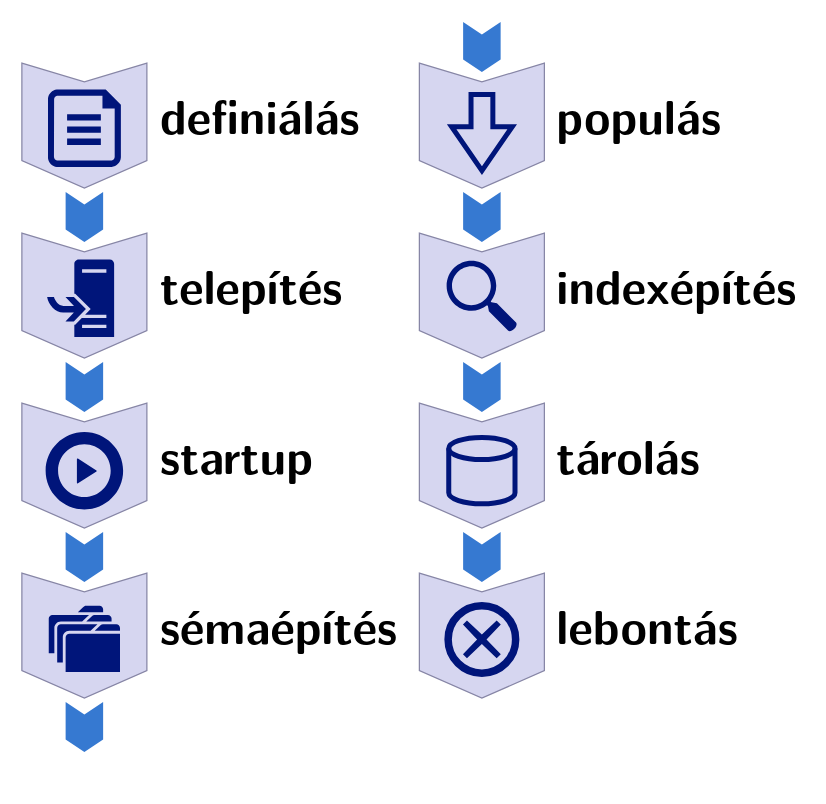
Earlier version of the draw.io diagram prez-2025-otdk/src/diagram/database-tasks-compressed.drawio (davidsusu/holodb-tdk). Source tidied: cells renumbered, new cells numbered last; positions are measured from the earlier drawing's top-left corner, leaving out a move shared by most shapes. Both pictures are drawn from the tidied source at 125%, with x=0, y=0 at pixel (21, 21).
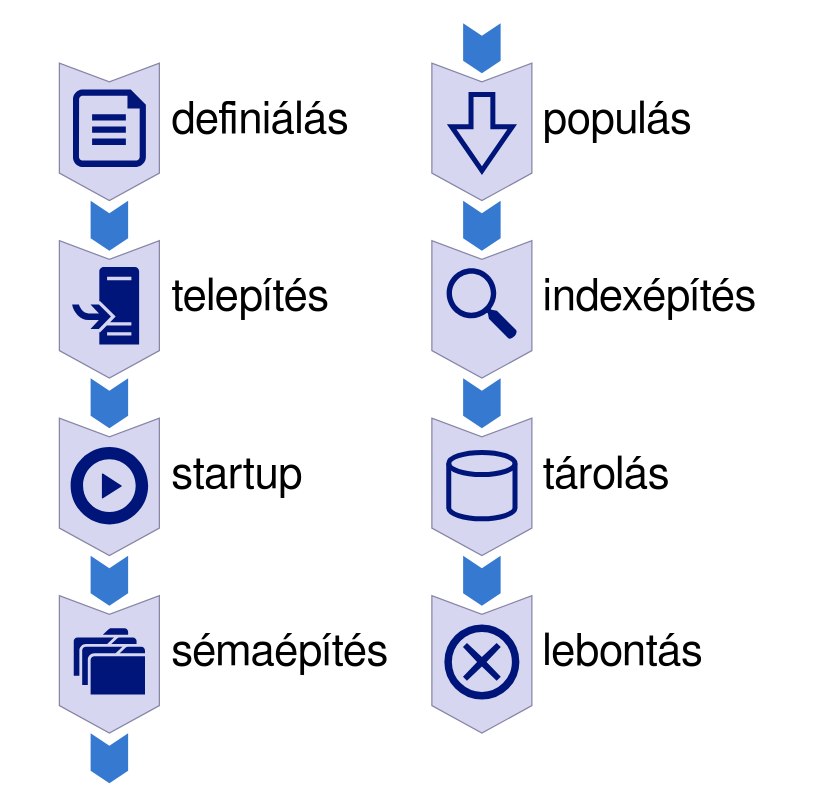
Above is the later version.

Commit message (it also covers changes not shown here):
Updated: 2 files changed, 75 insertions(+), 69 deletions(-)

M  prez-2025-otdk/src/diagram/.$database-tasks-compressed.drawio.bkp
M  prez-2025-otdk/src/diagram/database-tasks-compressed.drawio

Change to the diagram source:
```diff
@@
     <mxCell id="2" style="html=1;shadow=0;dashed=0;align=center;verticalAlign=middle;shape=mxgraph.arrows2.arrow;dy=0;dx=22;notch=15;direction=south;fillColor=#D6D6F0;strokeColor=#8786A6;" parent="1" vertex="1">
-      <mxGeometry y="33" width="100" height="100" as="geometry" />
+      <mxGeometry x="30" y="33" width="80" height="110" as="geometry" />
     </mxCell>
-    <mxCell id="3" value="definiálás" style="text;strokeColor=none;fillColor=none;html=1;fontSize=38;fontStyle=1;verticalAlign=middle;align=left;fontFamily=Latin Modern Sans;horizontal=1;" parent="1" vertex="1">
-      <mxGeometry x="109" y="41" width="200" height="65" as="geometry" />
+    <mxCell id="3" value="definiálás" style="text;strokeColor=none;fillColor=none;html=1;fontSize=35;fontStyle=0;verticalAlign=middle;align=left;fontFamily=FreeSans;horizontal=1;" parent="1" vertex="1">
+      <mxGeometry x="118" y="45" width="180" height="65" as="geometry" />
     </mxCell>
     <mxCell id="4" style="html=1;shadow=0;dashed=0;align=center;verticalAlign=middle;shape=mxgraph.arrows2.arrow;dy=0;dx=22;notch=15;direction=south;fillColor=#D6D6F0;strokeColor=#8786A6;" parent="1" vertex="1">
-      <mxGeometry y="169" width="100" height="100" as="geometry" />
+      <mxGeometry x="30" y="175" width="80" height="110" as="geometry" />
     </mxCell>
     <mxCell id="5" style="html=1;shadow=0;dashed=0;align=center;verticalAlign=middle;shape=mxgraph.arrows2.arrow;dy=0;dx=10;notch=10;direction=south;labelBackgroundColor=none;strokeColor=none;fillColor=#3679D1;" parent="1" vertex="1">
-      <mxGeometry x="35" y="136" width="30" height="40" as="geometry" />
+      <mxGeometry x="55" y="143" width="30" height="40" as="geometry" />
     </mxCell>
-    <mxCell id="6" value="telepítés" style="text;strokeColor=none;fillColor=none;html=1;fontSize=38;fontStyle=1;verticalAlign=middle;align=left;fontFamily=Latin Modern Sans;horizontal=1;" parent="1" vertex="1">
-      <mxGeometry x="109" y="177" width="200" height="65" as="geometry" />
+    <mxCell id="6" value="telepítés" style="text;strokeColor=none;fillColor=none;html=1;fontSize=35;fontStyle=0;verticalAlign=middle;align=left;fontFamily=FreeSans;horizontal=1;" parent="1" vertex="1">
+      <mxGeometry x="118" y="187" width="180" height="65" as="geometry" />
     </mxCell>
     <mxCell id="7" style="html=1;shadow=0;dashed=0;align=center;verticalAlign=middle;shape=mxgraph.arrows2.arrow;dy=0;dx=22;notch=15;direction=south;fillColor=#D6D6F0;strokeColor=#8786A6;" parent="1" vertex="1">
-      <mxGeometry y="305" width="100" height="100" as="geometry" />
+      <mxGeometry x="30" y="317" width="80" height="110" as="geometry" />
     </mxCell>
     <mxCell id="8" style="html=1;shadow=0;dashed=0;align=center;verticalAlign=middle;shape=mxgraph.arrows2.arrow;dy=0;dx=10;notch=10;direction=south;labelBackgroundColor=none;strokeColor=none;fillColor=#3679D1;" parent="1" vertex="1">
-      <mxGeometry x="35" y="272" width="30" height="40" as="geometry" />
+      <mxGeometry x="55" y="285" width="30" height="40" as="geometry" />
     </mxCell>
-    <mxCell id="9" value="startup" style="text;strokeColor=none;fillColor=none;html=1;fontSize=38;fontStyle=1;verticalAlign=middle;align=left;fontFamily=Latin Modern Sans;horizontal=1;" parent="1" vertex="1">
-      <mxGeometry x="109" y="313" width="199" height="65" as="geometry" />
+    <mxCell id="9" value="startup" style="text;strokeColor=none;fillColor=none;html=1;fontSize=35;fontStyle=0;verticalAlign=middle;align=left;fontFamily=FreeSans;horizontal=1;" parent="1" vertex="1">
+      <mxGeometry x="118" y="329" width="180" height="65" as="geometry" />
     </mxCell>
     <mxCell id="10" style="html=1;shadow=0;dashed=0;align=center;verticalAlign=middle;shape=mxgraph.arrows2.arrow;dy=0;dx=22;notch=15;direction=south;fillColor=#D6D6F0;strokeColor=#8786A6;" parent="1" vertex="1">
-      <mxGeometry y="441" width="100" height="100" as="geometry" />
+      <mxGeometry x="30" y="459" width="80" height="110" as="geometry" />
     </mxCell>
     <mxCell id="11" style="html=1;shadow=0;dashed=0;align=center;verticalAlign=middle;shape=mxgraph.arrows2.arrow;dy=0;dx=10;notch=10;direction=south;labelBackgroundColor=none;strokeColor=none;fillColor=#3679D1;" parent="1" vertex="1">
-      <mxGeometry x="35" y="408" width="30" height="40" as="geometry" />
+      <mxGeometry x="55" y="427" width="30" height="40" as="geometry" />
     </mxCell>
-    <mxCell id="12" value="sémaépítés" style="text;strokeColor=none;fillColor=none;html=1;fontSize=38;fontStyle=1;verticalAlign=middle;align=left;fontFamily=Latin Modern Sans;horizontal=1;" parent="1" vertex="1">
-      <mxGeometry x="109" y="449" width="200" height="65" as="geometry" />
+    <mxCell id="12" value="sémaépítés" style="text;strokeColor=none;fillColor=none;html=1;fontSize=35;fontStyle=0;verticalAlign=middle;align=left;fontFamily=FreeSans;horizontal=1;" parent="1" vertex="1">
+      <mxGeometry x="118" y="471" width="180" height="65" as="geometry" />
     </mxCell>
     <mxCell id="13" style="html=1;shadow=0;dashed=0;align=center;verticalAlign=middle;shape=mxgraph.arrows2.arrow;dy=0;dx=22;notch=15;direction=south;fillColor=#D6D6F0;strokeColor=#8786A6;" parent="1" vertex="1">
-      <mxGeometry x="318" y="33" width="100" height="100" as="geometry" />
+      <mxGeometry x="328" y="33" width="80" height="110" as="geometry" />
     </mxCell>
-    <mxCell id="14" value="populás" style="text;strokeColor=none;fillColor=none;html=1;fontSize=38;fontStyle=1;verticalAlign=middle;align=left;fontFamily=Latin Modern Sans;horizontal=1;" parent="1" vertex="1">
-      <mxGeometry x="426" y="41" width="200" height="65" as="geometry" />
+    <mxCell id="14" value="populás" style="text;strokeColor=none;fillColor=none;html=1;fontSize=35;fontStyle=0;verticalAlign=middle;align=left;fontFamily=FreeSans;horizontal=1;" parent="1" vertex="1">
+      <mxGeometry x="415" y="45" width="180" height="65" as="geometry" />
     </mxCell>
     <mxCell id="15" style="html=1;shadow=0;dashed=0;align=center;verticalAlign=middle;shape=mxgraph.arrows2.arrow;dy=0;dx=22;notch=15;direction=south;fillColor=#D6D6F0;strokeColor=#8786A6;" parent="1" vertex="1">
-      <mxGeometry x="318" y="169" width="100" height="100" as="geometry" />
+      <mxGeometry x="328" y="175" width="80" height="110" as="geometry" />
     </mxCell>
     <mxCell id="16" style="html=1;shadow=0;dashed=0;align=center;verticalAlign=middle;shape=mxgraph.arrows2.arrow;dy=0;dx=10;notch=10;direction=south;labelBackgroundColor=none;strokeColor=none;fillColor=#3679D1;" parent="1" vertex="1">
-      <mxGeometry x="353" y="136" width="30" height="40" as="geometry" />
+      <mxGeometry x="353" y="143" width="30" height="40" as="geometry" />
     </mxCell>
-    <mxCell id="17" value="indexépítés" style="text;strokeColor=none;fillColor=none;html=1;fontSize=38;fontStyle=1;verticalAlign=middle;align=left;fontFamily=Latin Modern Sans;horizontal=1;" parent="1" vertex="1">
-      <mxGeometry x="426" y="177" width="200" height="65" as="geometry" />
+    <mxCell id="17" value="indexépítés" style="text;strokeColor=none;fillColor=none;html=1;fontSize=35;fontStyle=0;verticalAlign=middle;align=left;fontFamily=FreeSans;horizontal=1;" parent="1" vertex="1">
+      <mxGeometry x="415" y="187" width="180" height="65" as="geometry" />
     </mxCell>
     <mxCell id="18" style="html=1;shadow=0;dashed=0;align=center;verticalAlign=middle;shape=mxgraph.arrows2.arrow;dy=0;dx=22;notch=15;direction=south;fillColor=#D6D6F0;strokeColor=#8786A6;" parent="1" vertex="1">
-      <mxGeometry x="318" y="305" width="100" height="100" as="geometry" />
+      <mxGeometry x="328" y="317" width="80" height="110" as="geometry" />
     </mxCell>
     <mxCell id="19" style="html=1;shadow=0;dashed=0;align=center;verticalAlign=middle;shape=mxgraph.arrows2.arrow;dy=0;dx=10;notch=10;direction=south;labelBackgroundColor=none;strokeColor=none;fillColor=#3679D1;" parent="1" vertex="1">
-      <mxGeometry x="353" y="272" width="30" height="40" as="geometry" />
+      <mxGeometry x="353" y="285" width="30" height="40" as="geometry" />
     </mxCell>
-    <mxCell id="20" value="tárolás" style="text;strokeColor=none;fillColor=none;html=1;fontSize=38;fontStyle=1;verticalAlign=middle;align=left;fontFamily=Latin Modern Sans;horizontal=1;" parent="1" vertex="1">
-      <mxGeometry x="426" y="313" width="200" height="65" as="geometry" />
+    <mxCell id="20" value="tárolás" style="text;strokeColor=none;fillColor=none;html=1;fontSize=35;fontStyle=0;verticalAlign=middle;align=left;fontFamily=FreeSans;horizontal=1;" parent="1" vertex="1">
+      <mxGeometry x="415" y="329" width="180" height="65" as="geometry" />
     </mxCell>
     <mxCell id="21" style="html=1;shadow=0;dashed=0;align=center;verticalAlign=middle;shape=mxgraph.arrows2.arrow;dy=0;dx=22;notch=15;direction=south;fillColor=#D6D6F0;strokeColor=#8786A6;" parent="1" vertex="1">
-      <mxGeometry x="318" y="441" width="100" height="100" as="geometry" />
+      <mxGeometry x="328" y="459" width="80" height="110" as="geometry" />
     </mxCell>
     <mxCell id="22" style="html=1;shadow=0;dashed=0;align=center;verticalAlign=middle;shape=mxgraph.arrows2.arrow;dy=0;dx=10;notch=10;direction=south;labelBackgroundColor=none;strokeColor=none;fillColor=#3679D1;" parent="1" vertex="1">
-      <mxGeometry x="353" y="408" width="30" height="40" as="geometry" />
+      <mxGeometry x="353" y="427" width="30" height="40" as="geometry" />
     </mxCell>
-    <mxCell id="23" value="lebontás" style="text;strokeColor=none;fillColor=none;html=1;fontSize=38;fontStyle=1;verticalAlign=middle;align=left;fontFamily=Latin Modern Sans;horizontal=1;" parent="1" vertex="1">
-      <mxGeometry x="426" y="449" width="200" height="65" as="geometry" />
+    <mxCell id="23" value="lebontás" style="text;strokeColor=none;fillColor=none;html=1;fontSize=35;fontStyle=0;verticalAlign=middle;align=left;fontFamily=FreeSans;horizontal=1;" parent="1" vertex="1">
+      <mxGeometry x="415" y="471" width="180" height="65" as="geometry" />
     </mxCell>
     <mxCell id="24" style="sketch=0;shadow=0;dashed=0;html=1;strokeColor=none;labelPosition=center;verticalLabelPosition=bottom;verticalAlign=top;align=center;fillColor=#00157A;shape=mxgraph.azure.file;" parent="1" vertex="1">
-      <mxGeometry x="20.9" y="54" width="58.3" height="62" as="geometry" />
+      <mxGeometry x="40.9" y="54" width="58.3" height="62" as="geometry" />
     </mxCell>
     <mxCell id="25" style="sketch=0;shadow=0;dashed=0;html=1;strokeColor=none;fillColor=#00157A;labelPosition=center;verticalLabelPosition=bottom;verticalAlign=top;align=center;shape=mxgraph.office.concepts.install;" parent="1" vertex="1">
-      <mxGeometry x="20.2" y="190" width="53.6" height="62" as="geometry" />
+      <mxGeometry x="40.2" y="196" width="53.6" height="62" as="geometry" />
     </mxCell>
     <mxCell id="26" style="sketch=0;html=1;strokeColor=none;shadow=0;fillColor=#00157A;verticalAlign=top;labelPosition=center;verticalLabelPosition=bottom;shape=mxgraph.gcp2.play_start;" parent="1" vertex="1">
-      <mxGeometry x="19" y="328" width="62" height="62" as="geometry" />
+      <mxGeometry x="39" y="340" width="62" height="62" as="geometry" />
     </mxCell>
     <mxCell id="27" style="sketch=0;shadow=0;dashed=0;html=1;strokeColor=none;fillColor=#00157A;labelPosition=center;verticalLabelPosition=bottom;verticalAlign=top;align=center;shape=mxgraph.office.concepts.folders;" parent="1" vertex="1">
-      <mxGeometry x="21.5" y="467" width="57" height="53" as="geometry" />
+      <mxGeometry x="41.5" y="485" width="57" height="53" as="geometry" />
     </mxCell>
     <mxCell id="28" style="strokeWidth=4;html=1;shape=mxgraph.flowchart.database;whiteSpace=wrap;strokeColor=#00157A;fillColor=none;" parent="1" vertex="1">
-      <mxGeometry x="341.5" y="332.5" width="53" height="53" as="geometry" />
+      <mxGeometry x="341.5" y="344.5" width="53" height="53" as="geometry" />
     </mxCell>
     <mxCell id="29" style="shape=mxgraph.bpmn.event;html=1;verticalLabelPosition=bottom;labelBackgroundColor=#ffffff;verticalAlign=top;align=center;perimeter=ellipsePerimeter;outline=end;symbol=cancel;fillColor=none;strokeWidth=2;strokeColor=#00157A;" parent="1" vertex="1">
-      <mxGeometry x="341" y="467" width="54" height="54" as="geometry" />
+      <mxGeometry x="341" y="485" width="54" height="54" as="geometry" />
     </mxCell>
     <mxCell id="30" style="sketch=0;html=1;strokeColor=none;shadow=0;fillColor=#00157A;verticalAlign=top;labelPosition=center;verticalLabelPosition=bottom;shape=mxgraph.gcp2.search;" parent="1" vertex="1">
-      <mxGeometry x="339.8" y="191" width="56.4" height="57" as="geometry" />
+      <mxGeometry x="339.8" y="197" width="56.4" height="57" as="geometry" />
     </mxCell>
@@
     <mxCell id="32" style="html=1;shadow=0;dashed=0;align=center;verticalAlign=middle;shape=mxgraph.arrows2.arrow;dy=0;dx=10;notch=10;direction=south;labelBackgroundColor=none;strokeColor=none;fillColor=#3679D1;" parent="1" vertex="1">
-      <mxGeometry x="35" y="544" width="30" height="40" as="geometry" />
+      <mxGeometry x="55" y="569" width="30" height="40" as="geometry" />
     </mxCell>
     <mxCell id="33" style="html=1;shadow=0;dashed=0;align=center;verticalAlign=middle;shape=mxgraph.arrows2.arrow;dy=0;dx=10;notch=10;direction=south;labelBackgroundColor=none;strokeColor=none;fillColor=#3679D1;" parent="1" vertex="1">
-      <mxGeometry x="353" width="30" height="40" as="geometry" />
+      <mxGeometry x="353" y="1" width="30" height="40" as="geometry" />
     </mxCell>
```
